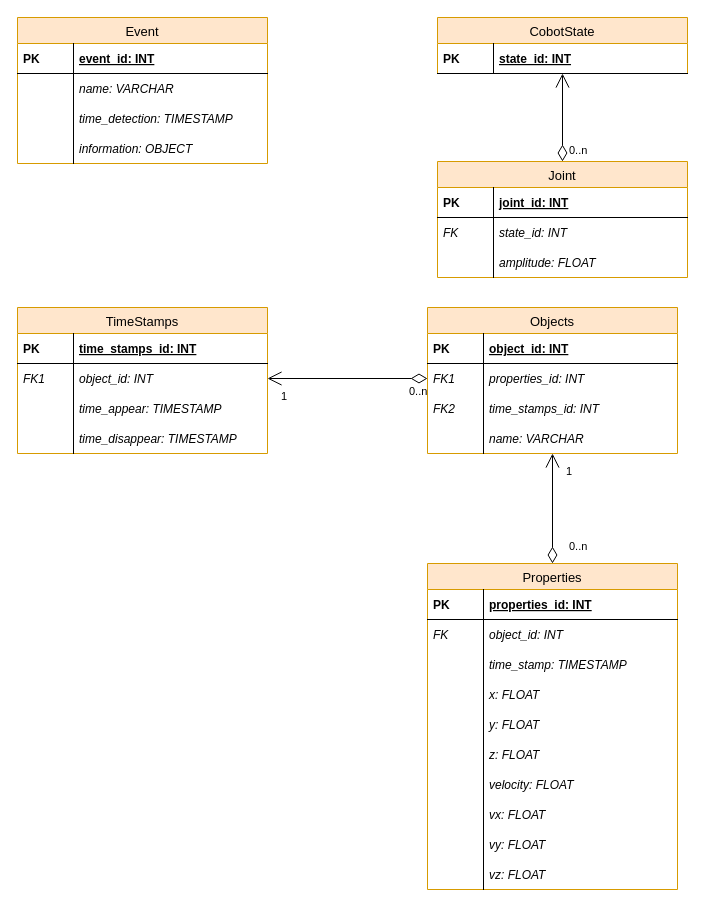
This is page "Trang-10" (9 of 10) of user_diagram.drawio from LTDat-HustK65/main-system, a draw.io file, before an edit. Source tidied: cells renumbered, new cells numbered last; positions are measured from the earlier drawing's top-left corner, leaving out a move shared by most shapes. Both pictures are drawn from the tidied source at 100%, with x=0, y=0 at pixel (17, 17).
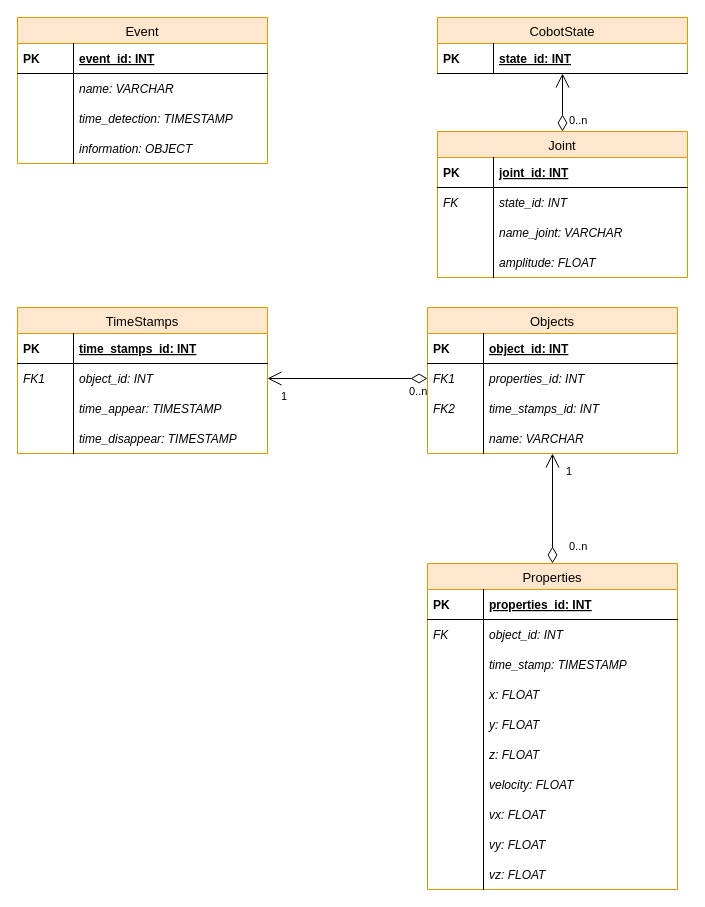
After the change.

What changed in the source:
```diff
@@
     <mxCell id="44" value="Joint" style="swimlane;fontStyle=0;horizontal=1;startSize=26;fillColor=#ffe6cc;swimlaneFillColor=#ffffff;align=center;strokeWidth=1;fontSize=13;strokeColor=#d79b00;" parent="1" vertex="1">
-      <mxGeometry x="420" y="144" width="250" height="116" as="geometry" />
+      <mxGeometry x="420" y="114" width="250" height="146" as="geometry" />
     </mxCell>
@@
+    <mxCell id="68" value="name_joint: VARCHAR" style="shape=partialRectangle;top=0;left=0;right=0;bottom=0;align=left;verticalAlign=middle;fillColor=none;spacingLeft=60;spacingRight=4;overflow=hidden;fontStyle=2;fontSize=12;strokeColor=none;" parent="44" vertex="1">
+      <mxGeometry y="86" width="250" height="30" as="geometry" />
+    </mxCell>
+    <mxCell id="69" style="shape=partialRectangle;fontStyle=2;top=0;left=0;bottom=0;fillColor=none;align=left;verticalAlign=middle;spacingLeft=4;spacingRight=4;overflow=hidden;fontSize=12;" parent="68" vertex="1">
+      <mxGeometry width="56" height="30" as="geometry" />
+    </mxCell>
     <mxCell id="49" value="amplitude: FLOAT" style="shape=partialRectangle;top=0;left=0;right=0;bottom=0;align=left;verticalAlign=middle;fillColor=none;spacingLeft=60;spacingRight=4;overflow=hidden;fontStyle=2;fontSize=12;strokeColor=none;" parent="44" vertex="1">
-      <mxGeometry y="86" width="250" height="30" as="geometry" />
+      <mxGeometry y="116" width="250" height="30" as="geometry" />
     </mxCell>
```
